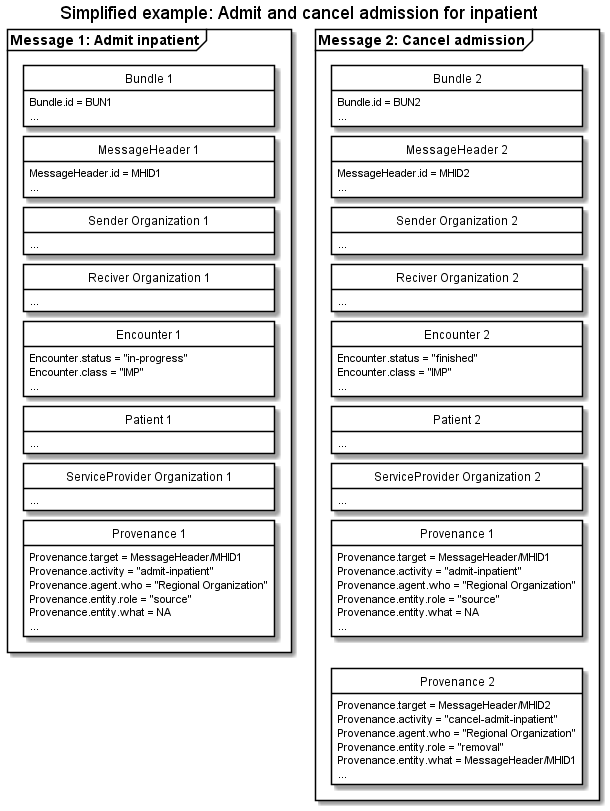
Above: input/images/hospitalnotification/HNAdmitEnteredInError.png in medcomdk/dk-medcom-hospitalnotification (PlantUML), before the change.
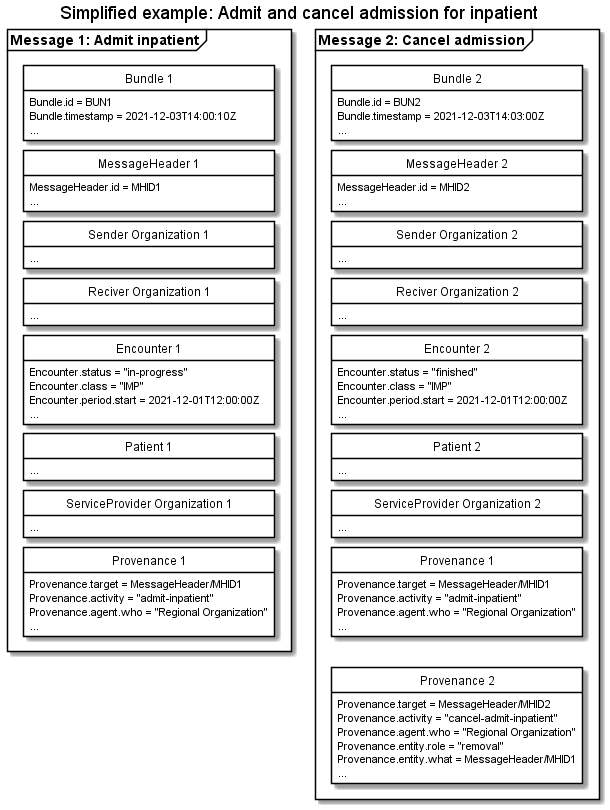
Above is the later version.

Change to the diagram source:
```diff
@@ -16,6 +16,7 @@
 package "Message 1: Admit inpatient" as admit <<Frame>>{
     class "Bundle 1" as admitB {
         Bundle.id = BUN1
+        Bundle.timestamp = 2021-12-03T14:00:10Z
         ...
     }
     class "MessageHeader 1" as admitMH{
@@ -31,6 +32,7 @@
     class "Encounter 1" as admitENC{
         Encounter.status = "in-progress"
         Encounter.class = "IMP"
+        Encounter.period.start = 2021-12-01T12:00:00Z
         ...
     }
     class "Patient 1" as admitPT{
@@ -43,8 +45,6 @@
         Provenance.target = MessageHeader/MHID1
         Provenance.activity = "admit-inpatient"
         Provenance.agent.who = "Regional Organization"
-        Provenance.entity.role = "source"
-        Provenance.entity.what = NA
         ...
     }
 
@@ -61,6 +61,7 @@
 package "Message 2: Cancel admission" as error <<Frame>> {
     class "Bundle 2" as errorB {
         Bundle.id = BUN2
+        Bundle.timestamp = 2021-12-03T14:03:00Z
         ...
     }
     class "MessageHeader 2" as errorMH{
@@ -76,6 +77,7 @@
     class "Encounter 2" as errorENC{
         Encounter.status = "finished"
         Encounter.class = "IMP"
+        Encounter.period.start = 2021-12-01T12:00:00Z
         ...
     }
     class "Patient 2" as errorPT{
@@ -88,8 +90,6 @@
         Provenance.target = MessageHeader/MHID1
         Provenance.activity = "admit-inpatient"
         Provenance.agent.who = "Regional Organization"
-        Provenance.entity.role = "source"
-        Provenance.entity.what = NA
         ...
     }
     class "Provenance 2" as errorPRO{
```
